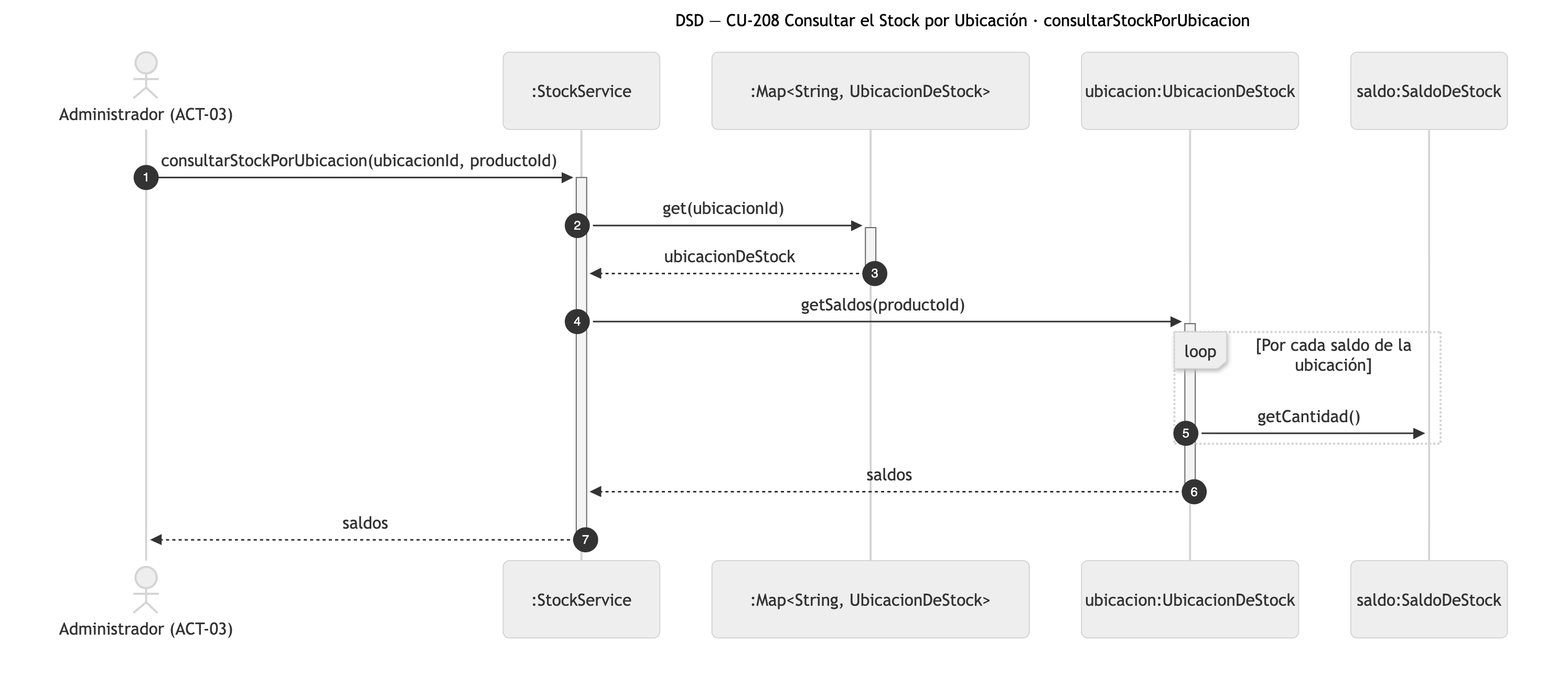
Above: diagramas/png/DSD_CU-208_consultarStockPorUbicacion.png in Nahuelito-Dev/splg-docs (Mermaid), before the change. Its source is kept beside it as diagramas/DSD_CU-208_consultarStockPorUbicacion.mmd.
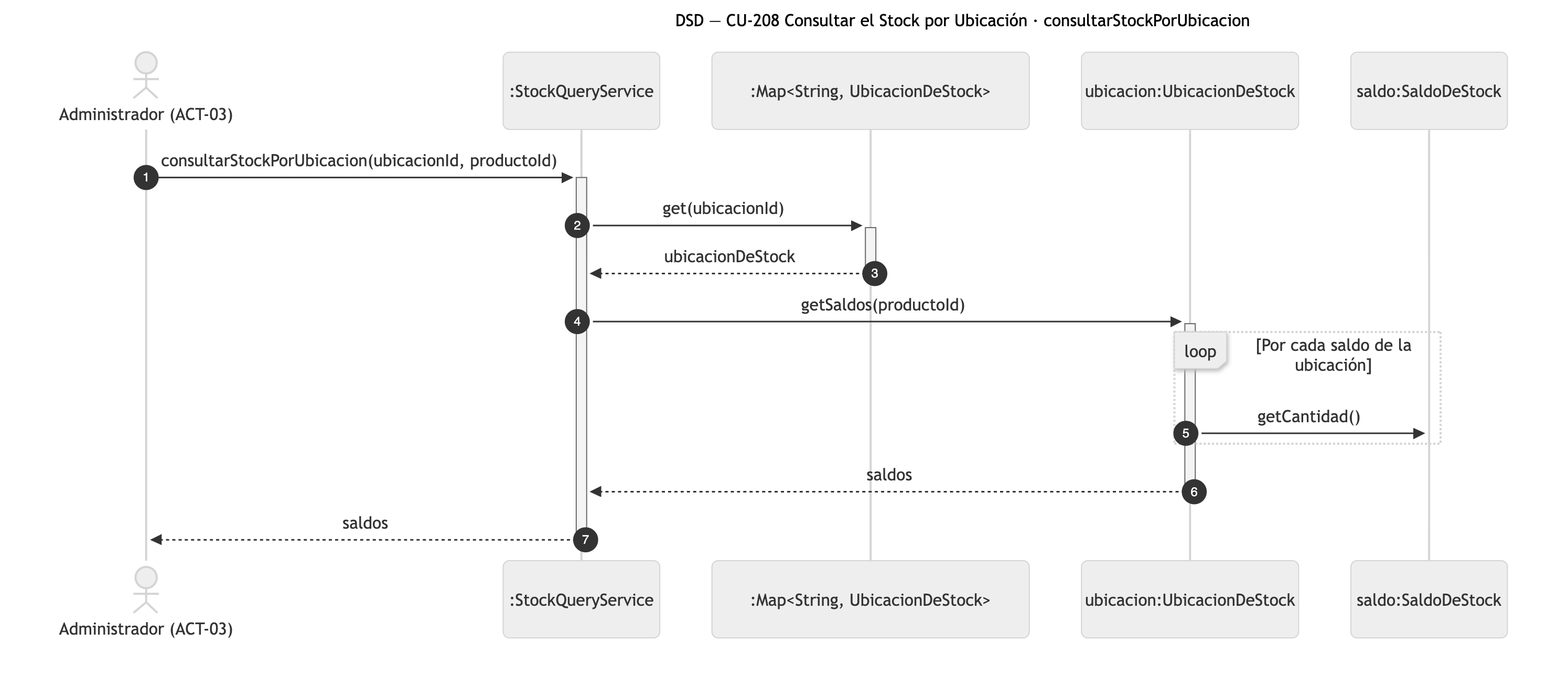
Above is the later version.

Diff of the diagram source:
```diff
@@ -2,7 +2,7 @@
     title DSD — CU-208 Consultar el Stock por Ubicación · consultarStockPorUbicacion
     autonumber
     actor ADM as Administrador (ACT-03)
-    participant SRV as :StockService
+    participant SRV as :StockQueryService
     participant COL as :Map#lt;String, UbicacionDeStock#gt;
     participant UBI as ubicacion:UbicacionDeStock
     participant SAL as saldo:SaldoDeStock
```
